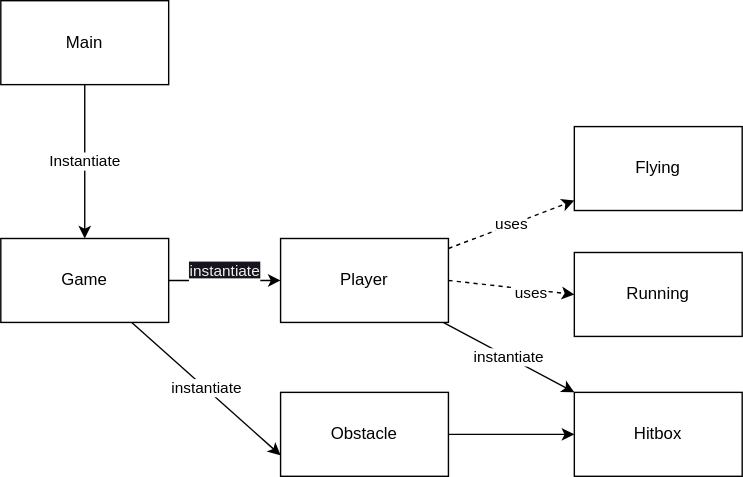
teko-L-TIN-22-Di-a/jump-dude keeps this draw.io diagram as docs/diagram.svg. Above is the earlier version. Source tidied: cells renumbered, new cells last; positions are measured from the earlier drawing's top-left corner, leaving out a move shared by most shapes. The source it was exported from:
```xml
<mxGraphModel>
  <root>
    <mxCell id="0" />
    <mxCell id="1" parent="0" />
    <mxCell id="2" value="Instantiate" style="edgeStyle=none;html=1;entryX=0.5;entryY=0;entryDx=0;entryDy=0;" parent="1" edge="1" source="3" target="13">
      <mxGeometry relative="1" as="geometry">
        <Array as="points">
          <mxPoint x="60" y="80" />
        </Array>
      </mxGeometry>
    </mxCell>
    <mxCell id="3" value="Main" style="whiteSpace=wrap;html=1;" parent="1" vertex="1">
      <mxGeometry width="120" height="60" as="geometry" />
    </mxCell>
    <mxCell id="4" value="Running" style="whiteSpace=wrap;html=1;" parent="1" vertex="1">
      <mxGeometry x="410" y="180" width="120" height="60" as="geometry" />
    </mxCell>
    <mxCell id="5" value="Flying" style="whiteSpace=wrap;html=1;" parent="1" vertex="1">
      <mxGeometry x="410" y="90" width="120" height="60" as="geometry" />
    </mxCell>
    <mxCell id="6" value="uses" style="edgeStyle=none;html=1;dashed=1;" parent="1" edge="1" source="10" target="5">
      <mxGeometry relative="1" as="geometry" />
    </mxCell>
    <mxCell id="7" style="edgeStyle=none;html=1;exitX=1;exitY=0.5;exitDx=0;exitDy=0;entryX=0;entryY=0.5;entryDx=0;entryDy=0;dashed=1;" parent="1" edge="1" source="10" target="4">
      <mxGeometry relative="1" as="geometry" />
    </mxCell>
    <mxCell id="8" value="uses" style="edgeLabel;html=1;align=center;verticalAlign=middle;" parent="7" vertex="1">
      <mxGeometry x="0.3" y="-2" relative="1" as="geometry" />
    </mxCell>
    <mxCell id="9" value="instantiate" style="edgeStyle=none;html=1;entryX=0;entryY=0;entryDx=0;entryDy=0;" parent="1" edge="1" source="10" target="16">
      <mxGeometry relative="1" as="geometry" />
    </mxCell>
    <mxCell id="10" value="Player" style="whiteSpace=wrap;html=1;" parent="1" vertex="1">
      <mxGeometry x="200" y="170" width="120" height="60" as="geometry" />
    </mxCell>
    <mxCell id="11" value="instantiate" style="edgeStyle=none;html=1;entryX=0;entryY=0.75;entryDx=0;entryDy=0;" parent="1" edge="1" source="13" target="15">
      <mxGeometry relative="1" as="geometry" />
    </mxCell>
    <mxCell id="12" value="&#10;&lt;span style=&quot;color: rgb(240, 240, 240); font-family: Helvetica; font-size: 11px; font-style: normal; font-variant-ligatures: normal; font-variant-caps: normal; font-weight: 400; letter-spacing: normal; orphans: 2; text-align: center; text-indent: 0px; text-transform: none; widows: 2; word-spacing: 0px; -webkit-text-stroke-width: 0px; background-color: rgb(24, 20, 29); text-decoration-thickness: initial; text-decoration-style: initial; text-decoration-color: initial; float: none; display: inline !important;&quot;&gt;instantiate&lt;/span&gt;&#10;&#10;" style="edgeStyle=none;html=1;entryX=0;entryY=0.5;entryDx=0;entryDy=0;" parent="1" edge="1" source="13" target="10">
      <mxGeometry relative="1" as="geometry" />
    </mxCell>
    <mxCell id="13" value="Game" style="whiteSpace=wrap;html=1;" parent="1" vertex="1">
      <mxGeometry y="170" width="120" height="60" as="geometry" />
    </mxCell>
    <mxCell id="14" style="edgeStyle=none;html=1;entryX=0;entryY=0.5;entryDx=0;entryDy=0;" parent="1" edge="1" source="15" target="16">
      <mxGeometry relative="1" as="geometry" />
    </mxCell>
    <mxCell id="15" value="Obstacle" style="whiteSpace=wrap;html=1;" parent="1" vertex="1">
      <mxGeometry x="200" y="280" width="120" height="60" as="geometry" />
    </mxCell>
    <mxCell id="16" value="Hitbox" style="whiteSpace=wrap;html=1;" parent="1" vertex="1">
      <mxGeometry x="410" y="280" width="120" height="60" as="geometry" />
    </mxCell>
  </root>
</mxGraphModel>
```
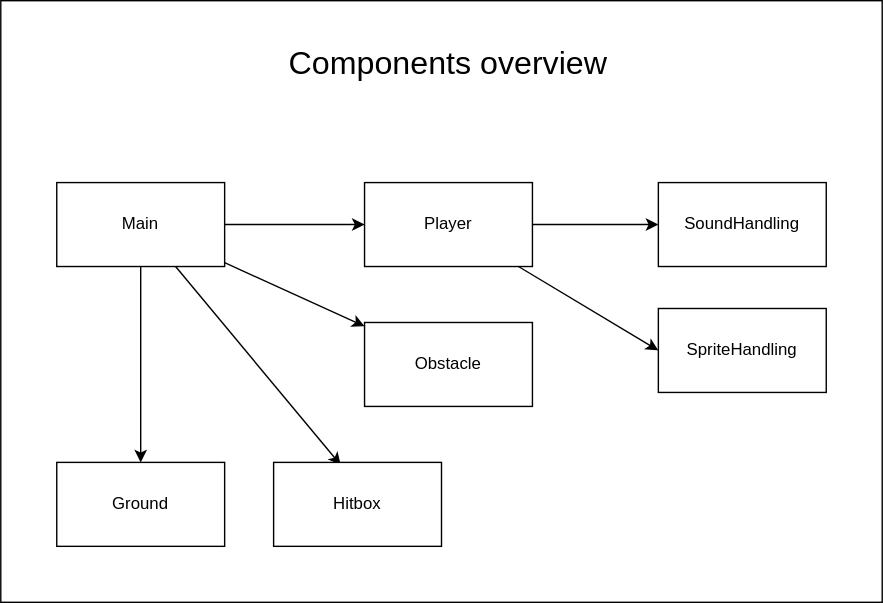
After the commit.

What changed in the source:
```diff
@@ -2,54 +2,50 @@
   <root>
     <mxCell id="0" />
     <mxCell id="1" parent="0" />
+    <mxCell id="17" style="whiteSpace=wrap;html=1;" parent="1" vertex="1">
+      <mxGeometry y="-30" width="630" height="430" as="geometry" />
+    </mxCell>
-    <mxCell id="2" value="Instantiate" style="edgeStyle=none;html=1;entryX=0.5;entryY=0;entryDx=0;entryDy=0;" parent="1" edge="1" source="3" target="13">
-      <mxGeometry relative="1" as="geometry">
-        <Array as="points">
-          <mxPoint x="60" y="80" />
-        </Array>
-      </mxGeometry>
+    <mxCell id="2" style="edgeStyle=none;html=1;" parent="1" edge="1" source="3" target="13">
+      <mxGeometry relative="1" as="geometry" />
     </mxCell>
+    <mxCell id="18" style="edgeStyle=none;html=1;entryX=0;entryY=0.5;entryDx=0;entryDy=0;" parent="1" edge="1" source="3" target="10">
+      <mxGeometry relative="1" as="geometry" />
+    </mxCell>
+    <mxCell id="19" style="edgeStyle=none;html=1;" parent="1" edge="1" source="3" target="15">
+      <mxGeometry relative="1" as="geometry" />
+    </mxCell>
+    <mxCell id="20" style="edgeStyle=none;html=1;entryX=0.4;entryY=0.033;entryDx=0;entryDy=0;entryPerimeter=0;" parent="1" edge="1" source="3" target="5">
+      <mxGeometry relative="1" as="geometry" />
+    </mxCell>
     <mxCell id="3" value="Main" style="whiteSpace=wrap;html=1;" parent="1" vertex="1">
-      <mxGeometry width="120" height="60" as="geometry" />
+      <mxGeometry x="40" y="100" width="120" height="60" as="geometry" />
     </mxCell>
-    <mxCell id="4" value="Running" style="whiteSpace=wrap;html=1;" parent="1" vertex="1">
-      <mxGeometry x="410" y="180" width="120" height="60" as="geometry" />
-    </mxCell>
-    <mxCell id="5" value="Flying" style="whiteSpace=wrap;html=1;" parent="1" vertex="1">
-      <mxGeometry x="410" y="90" width="120" height="60" as="geometry" />
+    <mxCell id="5" value="Hitbox" style="whiteSpace=wrap;html=1;" parent="1" vertex="1">
+      <mxGeometry x="195" y="300" width="120" height="60" as="geometry" />
     </mxCell>
-    <mxCell id="6" value="uses" style="edgeStyle=none;html=1;dashed=1;" parent="1" edge="1" source="10" target="5">
-      <mxGeometry relative="1" as="geometry" />
-    </mxCell>
-    <mxCell id="7" style="edgeStyle=none;html=1;exitX=1;exitY=0.5;exitDx=0;exitDy=0;entryX=0;entryY=0.5;entryDx=0;entryDy=0;dashed=1;" parent="1" edge="1" source="10" target="4">
-      <mxGeometry relative="1" as="geometry" />
-    </mxCell>
-    <mxCell id="8" value="uses" style="edgeLabel;html=1;align=center;verticalAlign=middle;" parent="7" vertex="1">
-      <mxGeometry x="0.3" y="-2" relative="1" as="geometry" />
-    </mxCell>
-    <mxCell id="9" value="instantiate" style="edgeStyle=none;html=1;entryX=0;entryY=0;entryDx=0;entryDy=0;" parent="1" edge="1" source="10" target="16">
-      <mxGeometry relative="1" as="geometry" />
-    </mxCell>
+    <mxCell id="21" style="edgeStyle=none;html=1;" parent="1" edge="1" source="10" target="23">
+      <mxGeometry relative="1" as="geometry" />
+    </mxCell>
+    <mxCell id="22" style="edgeStyle=none;html=1;entryX=0;entryY=0.5;entryDx=0;entryDy=0;" parent="1" edge="1" source="10" target="24">
+      <mxGeometry relative="1" as="geometry" />
+    </mxCell>
     <mxCell id="10" value="Player" style="whiteSpace=wrap;html=1;" parent="1" vertex="1">
-      <mxGeometry x="200" y="170" width="120" height="60" as="geometry" />
+      <mxGeometry x="260" y="100" width="120" height="60" as="geometry" />
     </mxCell>
-    <mxCell id="11" value="instantiate" style="edgeStyle=none;html=1;entryX=0;entryY=0.75;entryDx=0;entryDy=0;" parent="1" edge="1" source="13" target="15">
-      <mxGeometry relative="1" as="geometry" />
-    </mxCell>
-    <mxCell id="12" value="&#10;&lt;span style=&quot;color: rgb(240, 240, 240); font-family: Helvetica; font-size: 11px; font-style: normal; font-variant-ligatures: normal; font-variant-caps: normal; font-weight: 400; letter-spacing: normal; orphans: 2; text-align: center; text-indent: 0px; text-transform: none; widows: 2; word-spacing: 0px; -webkit-text-stroke-width: 0px; background-color: rgb(24, 20, 29); text-decoration-thickness: initial; text-decoration-style: initial; text-decoration-color: initial; float: none; display: inline !important;&quot;&gt;instantiate&lt;/span&gt;&#10;&#10;" style="edgeStyle=none;html=1;entryX=0;entryY=0.5;entryDx=0;entryDy=0;" parent="1" edge="1" source="13" target="10">
-      <mxGeometry relative="1" as="geometry" />
-    </mxCell>
-    <mxCell id="13" value="Game" style="whiteSpace=wrap;html=1;" parent="1" vertex="1">
-      <mxGeometry y="170" width="120" height="60" as="geometry" />
+    <mxCell id="13" value="Ground" style="whiteSpace=wrap;html=1;" parent="1" vertex="1">
+      <mxGeometry x="40" y="300" width="120" height="60" as="geometry" />
     </mxCell>
-    <mxCell id="14" style="edgeStyle=none;html=1;entryX=0;entryY=0.5;entryDx=0;entryDy=0;" parent="1" edge="1" source="15" target="16">
-      <mxGeometry relative="1" as="geometry" />
-    </mxCell>
     <mxCell id="15" value="Obstacle" style="whiteSpace=wrap;html=1;" parent="1" vertex="1">
-      <mxGeometry x="200" y="280" width="120" height="60" as="geometry" />
+      <mxGeometry x="260" y="200" width="120" height="60" as="geometry" />
     </mxCell>
-    <mxCell id="16" value="Hitbox" style="whiteSpace=wrap;html=1;" parent="1" vertex="1">
-      <mxGeometry x="410" y="280" width="120" height="60" as="geometry" />
-    </mxCell>
+    <mxCell id="23" value="SoundHandling" style="whiteSpace=wrap;html=1;" parent="1" vertex="1">
+      <mxGeometry x="470" y="100" width="120" height="60" as="geometry" />
+    </mxCell>
+    <mxCell id="24" value="SpriteHandling" style="whiteSpace=wrap;html=1;" parent="1" vertex="1">
+      <mxGeometry x="470" y="190" width="120" height="60" as="geometry" />
+    </mxCell>
+    <mxCell id="25" value="&lt;font style=&quot;font-size: 23px;&quot;&gt;Components overview&lt;/font&gt;" style="text;strokeColor=none;align=center;fillColor=none;html=1;verticalAlign=middle;whiteSpace=wrap;rounded=0;" parent="1" vertex="1">
+      <mxGeometry x="185" width="270" height="30" as="geometry" />
+    </mxCell>
   </root>
 </mxGraphModel>
```
